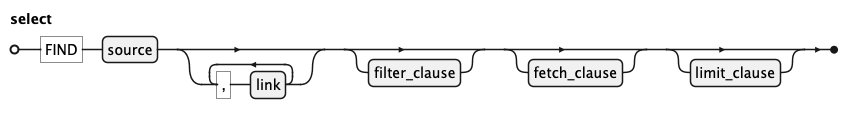
This is docs/kql/select.png from koryki-java/core, a PlantUML export, as it was before one commit. Its diagram source:
```plantuml
@startebnf
' border and background
skinparam legendBorderColor transparent
skinparam legendBackgroundColor white

'title select

select = "FIND", source, {",", link}, [filter_clause], [fetch_clause], [limit_clause]
;

@endebnf
```
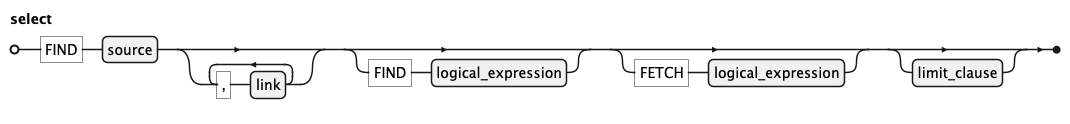
After the change.

Diff of the diagram source:
```diff
@@ -5,7 +5,7 @@
 
 'title select
 
-select = "FIND", source, {",", link}, [filter_clause], [fetch_clause], [limit_clause]
+select = "FIND", source, {",", link}, ["FIND", logical_expression], ["FETCH", logical_expression], [limit_clause]
 ;
 
 @endebnf
```
